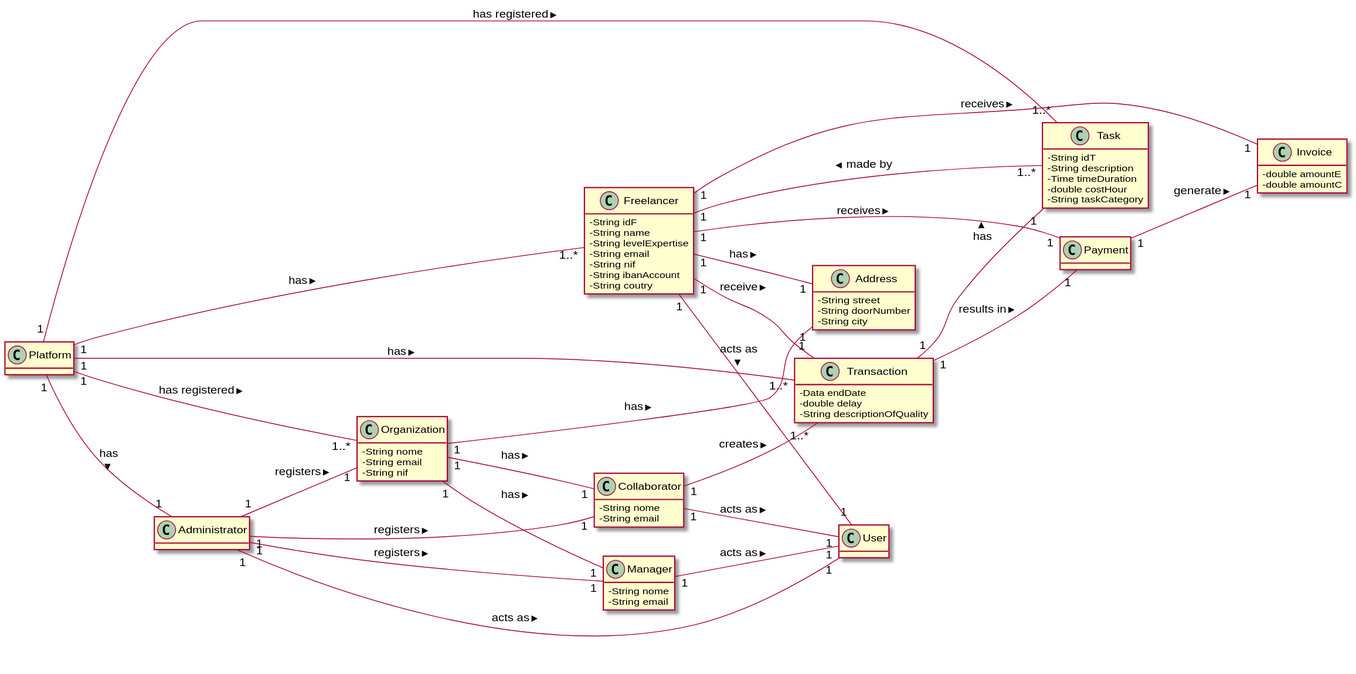
1190452/LAPR2 keeps this PlantUML diagram as docs/MD/LAPR2_MD.svg. Above is the earlier version.
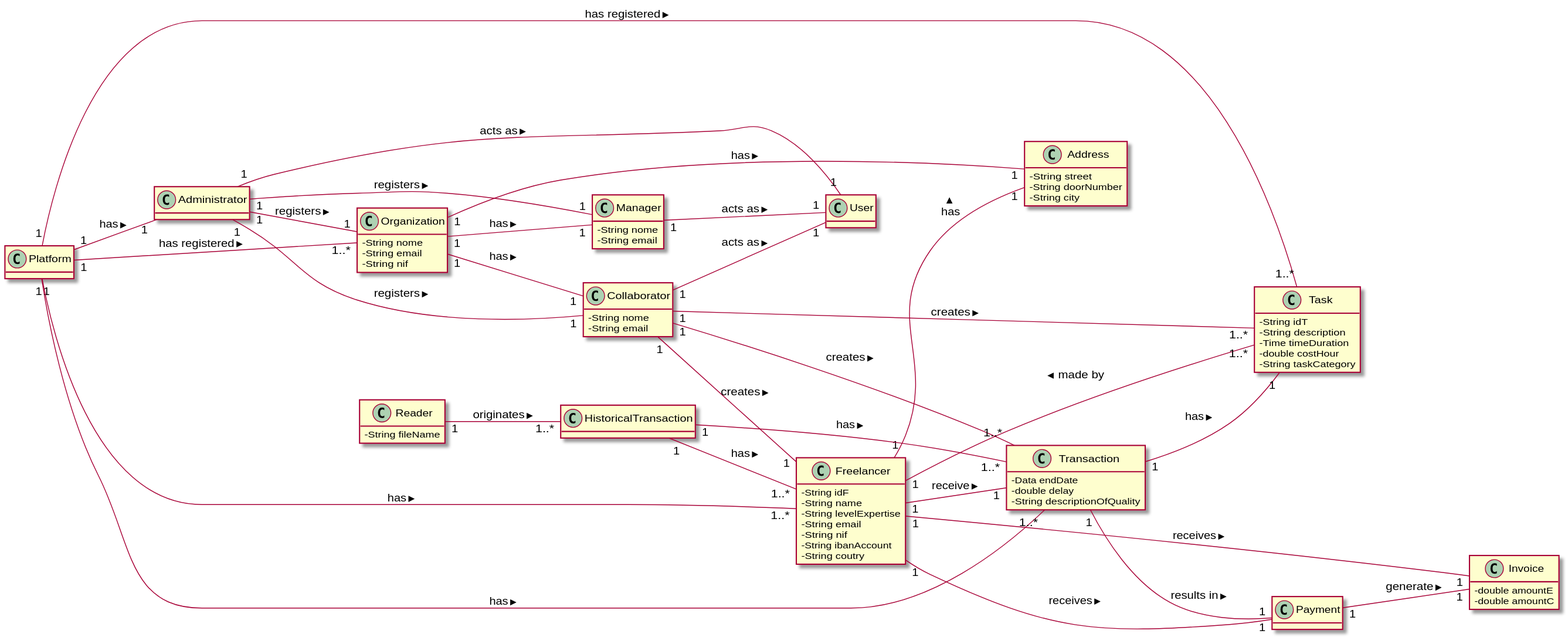
After the commit.

What changed in the source:
```diff
@@ -65,29 +65,51 @@
 class Payment{
 }
 
+class Reader {
+  -String fileName
+}
+
+class HistoricalTransaction{
+}
 
 Freelancer "1" -- "1" Transaction: receive >
+Freelancer "1" -- "1" Invoice: receives >
+Freelancer "1" -- "1" Payment: receives >
+Freelancer "1" -- "1" Address: has >
+
+Task "1..*" -- "1" Freelancer: made by >
+
 Platform "1" -- "1..*" Transaction: has >
-Task "1..*" -- "1" Freelancer: made by >
-Freelancer "1" -- "1" Address: has >
 Platform "1" -- "1" Administrator: has >
 Platform "1" -- "1..*" Organization: has registered >
 Platform "1" -- "1..*" Freelancer: has >
+Platform "1" -- "1..*" Task: has registered >
+
 Organization "1" -- "1" Address: has >
-Freelancer "1" -- "1" User: acts as >
 Organization "1" -- "1" Manager: has >
 Organization "1" -- "1" Collaborator: has >
-Collaborator "1" -- "1" User: acts as >
+
 Manager "1" -- "1" User: acts as >
+
 Administrator "1" -- "1" Organization: registers >
 Administrator "1" -- "1" User: acts as >
-Transaction "1" -- "1" Payment: results in >
 Administrator "1" -- "1" Collaborator: registers >
 Administrator "1" -- "1" Manager: registers >
-Platform "1" -- "1..*" Task: has registered >
+
+Transaction "1" -- "1" Payment: results in >
+Transaction "1" -- "1" Task: has >
+
+
+Payment "1" -- "1" Invoice: generate >
+
+
+Reader "1" -- "1..*" HistoricalTransaction: originates >
+
+HistoricalTransaction "1" -- "1..*" Transaction: has >
+HistoricalTransaction "1" -- "1..*" Freelancer: has >
+
+Collaborator "1" -- "1" Freelancer: creates >
+Collaborator "1" -- "1..*" Task: creates >
 Collaborator "1" -- "1..*" Transaction: creates >
-Freelancer "1" -- "1" Invoice: receives >
-Transaction "1" -- "1" Task: has >
-Payment "1" -- "1" Invoice: generate >
-Freelancer "1" -- "1" Payment: receives >
+Collaborator "1" -- "1" User: acts as >
 @enduml
```
